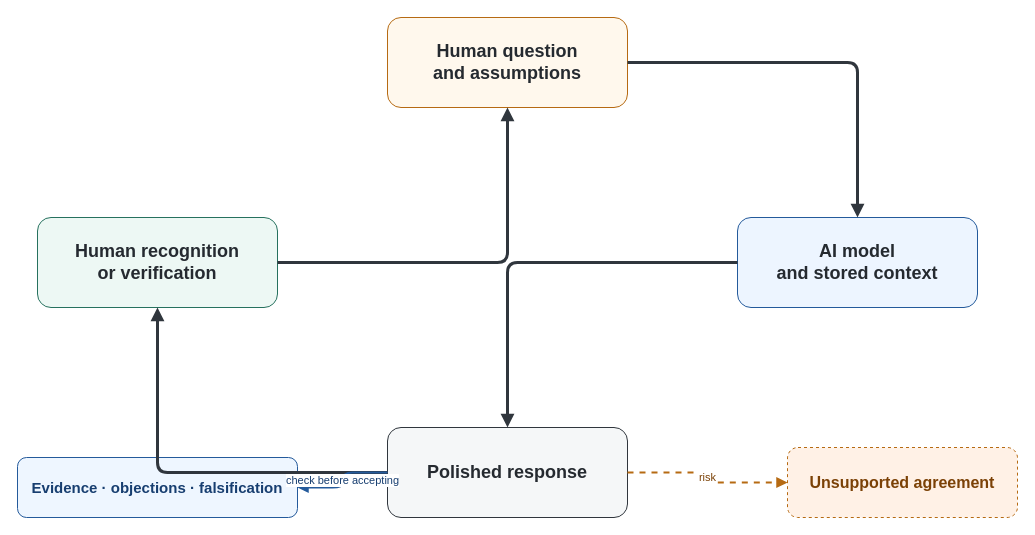
Earlier version of the draw.io diagram content/posts/the-intelligence-in-the-echo/echo-loop.drawio (Nesbitt-bot/Station2141). Source tidied: cells renumbered, new cells numbered last; positions are measured from the earlier drawing's top-left corner, leaving out a move shared by most shapes. Both pictures are drawn from the tidied source at 100%, with x=0, y=0 at pixel (17, 17).
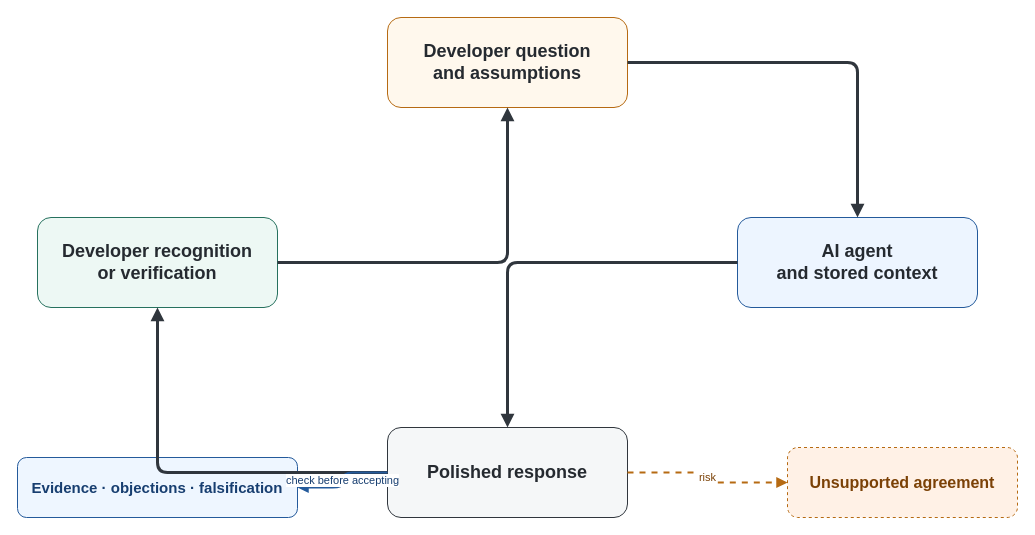
The same diagram, later.

The edit, as a diff of the source:
```diff
@@
 <mxGraphModel>
   <root>
     <mxCell id="0" />
     <mxCell id="1" parent="0" />
-    <mxCell id="2" value="Human question&#10;and assumptions" style="rounded=1;whiteSpace=wrap;html=1;fillColor=#fff8ed;strokeColor=#b66a12;fontColor=#252a30;fontSize=18;fontStyle=1;" parent="1" vertex="1">
+    <mxCell id="2" value="Developer question&#10;and assumptions" style="rounded=1;whiteSpace=wrap;html=1;fillColor=#fff8ed;strokeColor=#b66a12;fontColor=#252a30;fontSize=18;fontStyle=1;" parent="1" vertex="1">
       <mxGeometry x="370" width="240" height="90" as="geometry" />
     </mxCell>
-    <mxCell id="3" value="AI model&#10;and stored context" style="rounded=1;whiteSpace=wrap;html=1;fillColor=#edf5ff;strokeColor=#245a9b;fontColor=#252a30;fontSize=18;fontStyle=1;" parent="1" vertex="1">
+    <mxCell id="3" value="AI agent&#10;and stored context" style="rounded=1;whiteSpace=wrap;html=1;fillColor=#edf5ff;strokeColor=#245a9b;fontColor=#252a30;fontSize=18;fontStyle=1;" parent="1" vertex="1">
       <mxGeometry x="720" y="200" width="240" height="90" as="geometry" />
     </mxCell>
     <mxCell id="4" value="Polished response" style="rounded=1;whiteSpace=wrap;html=1;fillColor=#f5f7f8;strokeColor=#30363d;fontColor=#252a30;fontSize=18;fontStyle=1;" parent="1" vertex="1">
       <mxGeometry x="370" y="410" width="240" height="90" as="geometry" />
     </mxCell>
-    <mxCell id="5" value="Human recognition&#10;or verification" style="rounded=1;whiteSpace=wrap;html=1;fillColor=#edf8f4;strokeColor=#26715e;fontColor=#252a30;fontSize=18;fontStyle=1;" parent="1" vertex="1">
+    <mxCell id="5" value="Developer recognition&#10;or verification" style="rounded=1;whiteSpace=wrap;html=1;fillColor=#edf8f4;strokeColor=#26715e;fontColor=#252a30;fontSize=18;fontStyle=1;" parent="1" vertex="1">
       <mxGeometry x="20" y="200" width="240" height="90" as="geometry" />
     </mxCell>
     <mxCell id="6" value="Unsupported agreement" style="rounded=1;whiteSpace=wrap;html=1;fillColor=#fff1e6;strokeColor=#b66a12;fontColor=#7b4106;fontSize=16;fontStyle=1;dashed=1;" parent="1" vertex="1">
       <mxGeometry x="770" y="430" width="230" height="70" as="geometry" />
     </mxCell>
     <mxCell id="7" value="Evidence · objections · falsification" style="rounded=1;whiteSpace=wrap;html=1;fillColor=#eef6ff;strokeColor=#245a9b;fontColor=#173e70;fontSize=15;fontStyle=1;" parent="1" vertex="1">
       <mxGeometry y="440" width="280" height="60" as="geometry" />
     </mxCell>
     <mxCell id="8" style="edgeStyle=orthogonalEdgeStyle;rounded=1;html=1;strokeColor=#30363d;strokeWidth=3;endArrow=block;endFill=1;" parent="1" edge="1" source="2" target="3">
       <mxGeometry relative="1" as="geometry" />
     </mxCell>
     <mxCell id="9" style="edgeStyle=orthogonalEdgeStyle;rounded=1;html=1;strokeColor=#30363d;strokeWidth=3;endArrow=block;endFill=1;" parent="1" edge="1" source="3" target="4">
       <mxGeometry relative="1" as="geometry" />
     </mxCell>
     <mxCell id="10" style="edgeStyle=orthogonalEdgeStyle;rounded=1;html=1;strokeColor=#30363d;strokeWidth=3;endArrow=block;endFill=1;" parent="1" edge="1" source="4" target="5">
       <mxGeometry relative="1" as="geometry" />
     </mxCell>
     <mxCell id="11" style="edgeStyle=orthogonalEdgeStyle;rounded=1;html=1;strokeColor=#30363d;strokeWidth=3;endArrow=block;endFill=1;" parent="1" edge="1" source="5" target="2">
       <mxGeometry relative="1" as="geometry" />
     </mxCell>
     <mxCell id="12" value="risk" style="edgeStyle=orthogonalEdgeStyle;rounded=1;html=1;strokeColor=#b66a12;strokeWidth=2;dashed=1;endArrow=block;endFill=1;fontColor=#7b4106;" parent="1" edge="1" source="4" target="6">
       <mxGeometry relative="1" as="geometry" />
     </mxCell>
     <mxCell id="13" value="check before accepting" style="edgeStyle=orthogonalEdgeStyle;rounded=1;html=1;strokeColor=#245a9b;strokeWidth=2;endArrow=block;endFill=1;fontColor=#173e70;" parent="1" edge="1" source="4" target="7">
       <mxGeometry relative="1" as="geometry" />
     </mxCell>
   </root>
 </mxGraphModel>
```
